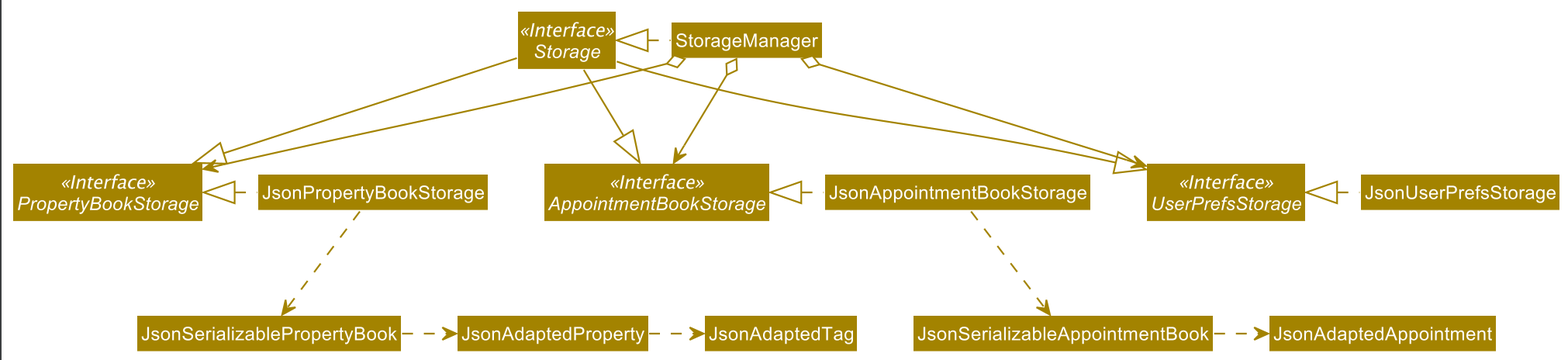
This is docs/images/StorageClassDiagram.png from nus-cs2103-AY2021S2/tp, a PlantUML export, as it was before one commit. Its source is kept beside it as docs/diagrams/StorageClassDiagram.puml.
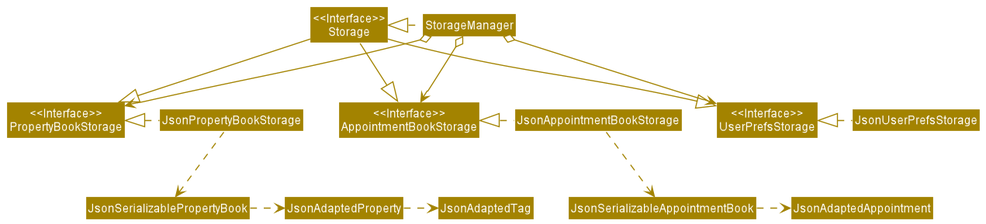
Above is the later version.

Commit message:
Remove italics font from interfaces in UML class diagrams

Diff of the diagram source:
```diff
@@ -4,10 +4,10 @@
 skinparam arrowColor STORAGE_COLOR
 skinparam classBackgroundColor STORAGE_COLOR
 
-Interface Storage <<Interface>>
-Interface UserPrefsStorage <<Interface>>
-Interface AppointmentBookStorage <<Interface>>
-Interface PropertyBookStorage <<Interface>>
+Class "<<Interface>>\nStorage" as Storage
+Class "<<Interface>>\nUserPrefsStorage" as UserPrefsStorage
+Class "<<Interface>>\nAppointmentBookStorage" as AppointmentBookStorage
+Class "<<Interface>>\nPropertyBookStorage" as PropertyBookStorage
 
 Class StorageManager
 Class JsonUserPrefsStorage
```
